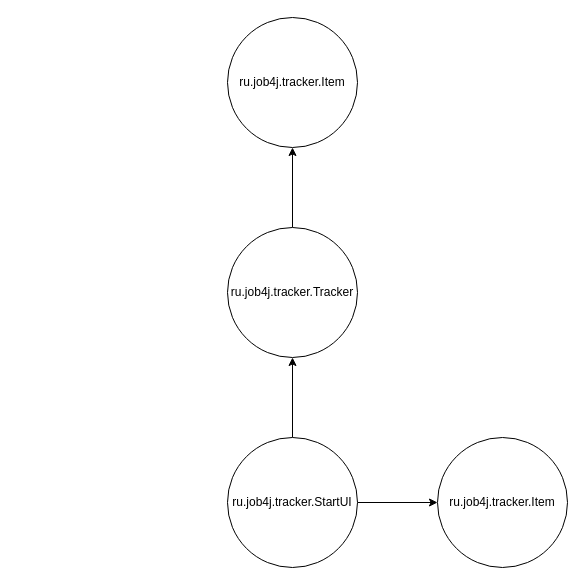
The draw.io diagram src/cohesion 11.09.2021.drawio in veiuper/job4j_tracker, before the edit. Source tidied: cells renumbered, new cells numbered last; positions are measured from the earlier drawing's top-left corner, leaving out a move shared by most shapes. Both pictures are drawn from the tidied source at 100%, with x=0, y=0 at pixel (227, 17).
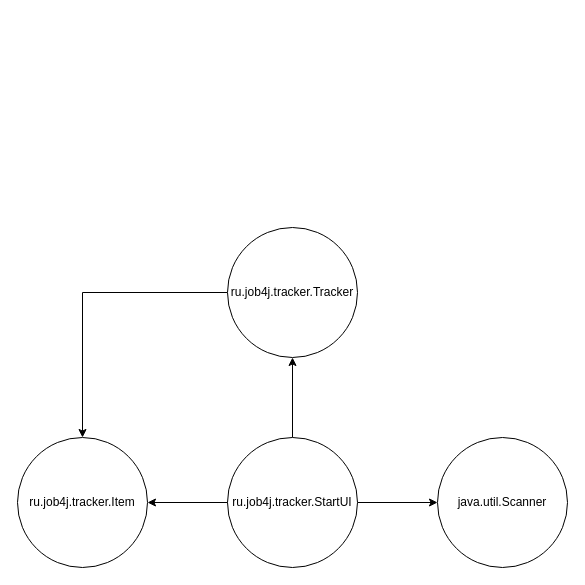
The same diagram, later.

Diff of the diagram source:
```diff
@@
 <mxGraphModel>
   <root>
     <mxCell id="0" />
     <mxCell id="1" parent="0" />
     <mxCell id="2" style="edgeStyle=orthogonalEdgeStyle;rounded=0;jettySize=auto;html=1;" parent="1" edge="1" source="4" target="5">
       <mxGeometry relative="1" as="geometry" />
     </mxCell>
     <mxCell id="3" style="edgeStyle=orthogonalEdgeStyle;rounded=0;jettySize=auto;html=1;" parent="1" edge="1" source="4" target="7">
       <mxGeometry relative="1" as="geometry" />
     </mxCell>
     <mxCell id="4" value="ru.job4j.tracker.StartUI" style="ellipse;whiteSpace=wrap;html=1;" parent="1" vertex="1">
       <mxGeometry y="420" width="130" height="130" as="geometry" />
     </mxCell>
-    <mxCell id="5" value="ru.job4j.tracker.Item" style="ellipse;whiteSpace=wrap;html=1;" parent="1" vertex="1">
+    <mxCell id="5" value="java.util.Scanner" style="ellipse;whiteSpace=wrap;html=1;" parent="1" vertex="1">
       <mxGeometry x="210" y="420" width="130" height="130" as="geometry" />
     </mxCell>
     <mxCell id="6" style="edgeStyle=orthogonalEdgeStyle;rounded=0;jettySize=auto;html=1;" parent="1" edge="1" source="7" target="8">
       <mxGeometry relative="1" as="geometry" />
     </mxCell>
     <mxCell id="7" value="ru.job4j.tracker.Tracker" style="ellipse;whiteSpace=wrap;html=1;" parent="1" vertex="1">
       <mxGeometry y="210" width="130" height="130" as="geometry" />
     </mxCell>
     <mxCell id="8" value="ru.job4j.tracker.Item" style="ellipse;whiteSpace=wrap;html=1;" parent="1" vertex="1">
-      <mxGeometry width="130" height="130" as="geometry" />
+      <mxGeometry x="-210" y="420" width="130" height="130" as="geometry" />
     </mxCell>
+    <mxCell id="9" style="edgeStyle=orthogonalEdgeStyle;rounded=0;jettySize=auto;html=1;entryX=1;entryY=0.5;entryDx=0;entryDy=0;exitX=0;exitY=0.5;exitDx=0;exitDy=0;" parent="1" edge="1" source="4" target="8">
+      <mxGeometry relative="1" as="geometry" />
+    </mxCell>
   </root>
 </mxGraphModel>
```
